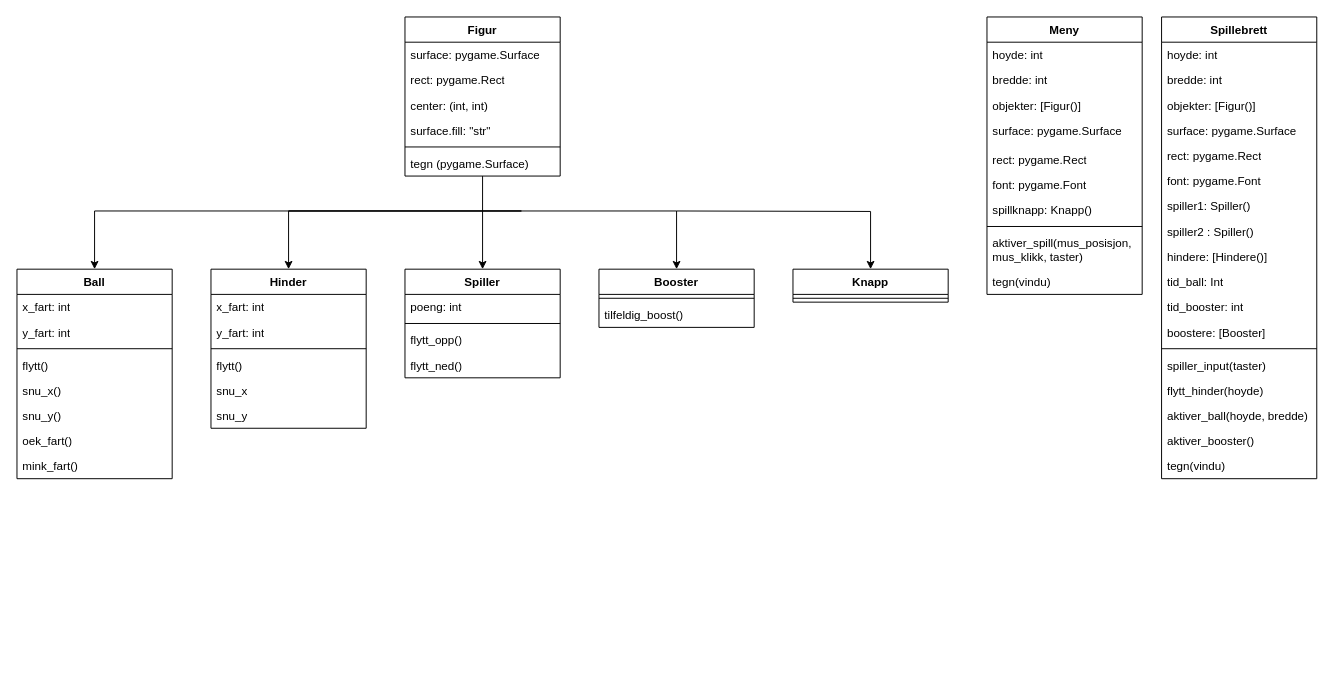
Earlier version of the draw.io diagram 2. Vår/U30 - PROSJEKT/EKSTRA FILER/pong_UML.drawio (KasaaS/IT2). Source tidied: cells renumbered, new cells numbered last; positions are measured from the earlier drawing's top-left corner, leaving out a move shared by most shapes. Both pictures are drawn from the tidied source at 97%, with x=0, y=0 at pixel (16, 16).
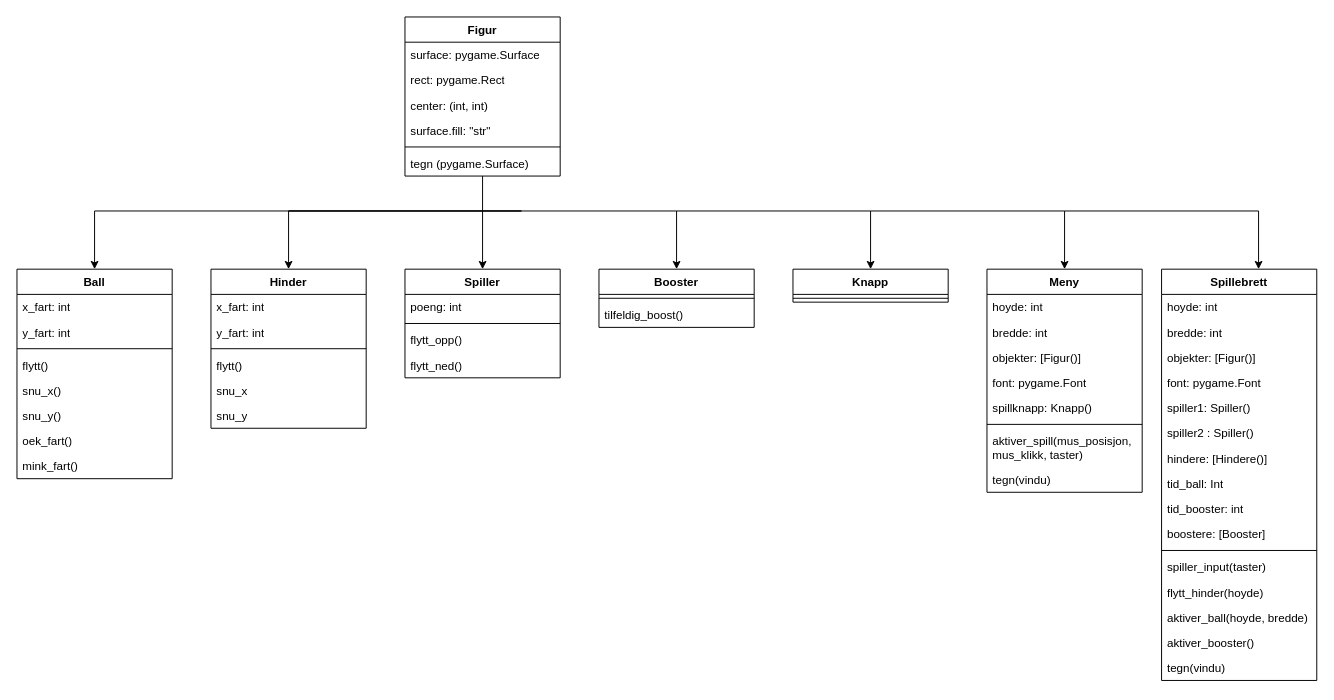
After the change.

Commit message (it also covers changes not shown here):
UML korreksjon

The change refers to these unchanged cells:
```xml
<mxCell id="56" value="Knapp" style="swimlane;fontStyle=1;align=center;verticalAlign=top;horizontal=1;startSize=26;whiteSpace=wrap;html=1;" parent="1" vertex="1">
  <mxGeometry x="800" y="260" width="160" height="34" as="geometry" />
</mxCell>
```

The edit, as a diff of the source:
```diff
@@
     <mxCell id="10" value="Spillebrett" style="swimlane;fontStyle=1;align=center;verticalAlign=top;horizontal=1;startSize=26;whiteSpace=wrap;html=1;" parent="1" vertex="1">
-      <mxGeometry x="1180" width="160" height="476" as="geometry" />
+      <mxGeometry x="1180" y="260" width="160" height="424" as="geometry" />
     </mxCell>
@@
-    <mxCell id="14" value="surface: pygame.Surface" style="text;strokeColor=none;fillColor=none;align=left;verticalAlign=top;spacingLeft=4;spacingRight=4;overflow=hidden;whiteSpace=wrap;html=1;" parent="10" vertex="1">
-      <mxGeometry y="104" width="160" height="26" as="geometry" />
-    </mxCell>
-    <mxCell id="15" value="rect: pygame.Rect" style="text;strokeColor=none;fillColor=none;align=left;verticalAlign=top;spacingLeft=4;spacingRight=4;overflow=hidden;whiteSpace=wrap;html=1;" parent="10" vertex="1">
-      <mxGeometry y="130" width="160" height="26" as="geometry" />
-    </mxCell>
     <mxCell id="16" value="font: pygame.Font" style="text;strokeColor=none;fillColor=none;align=left;verticalAlign=top;spacingLeft=4;spacingRight=4;overflow=hidden;whiteSpace=wrap;html=1;" parent="10" vertex="1">
-      <mxGeometry y="156" width="160" height="26" as="geometry" />
+      <mxGeometry y="104" width="160" height="26" as="geometry" />
     </mxCell>
     <mxCell id="17" value="spiller1: Spiller()" style="text;strokeColor=none;fillColor=none;align=left;verticalAlign=top;spacingLeft=4;spacingRight=4;overflow=hidden;whiteSpace=wrap;html=1;" parent="10" vertex="1">
-      <mxGeometry y="182" width="160" height="26" as="geometry" />
+      <mxGeometry y="130" width="160" height="26" as="geometry" />
     </mxCell>
     <mxCell id="18" value="spiller2 : Spiller()" style="text;strokeColor=none;fillColor=none;align=left;verticalAlign=top;spacingLeft=4;spacingRight=4;overflow=hidden;whiteSpace=wrap;html=1;" parent="10" vertex="1">
-      <mxGeometry y="208" width="160" height="26" as="geometry" />
+      <mxGeometry y="156" width="160" height="26" as="geometry" />
     </mxCell>
     <mxCell id="19" value="hindere: [Hindere()]" style="text;strokeColor=none;fillColor=none;align=left;verticalAlign=top;spacingLeft=4;spacingRight=4;overflow=hidden;whiteSpace=wrap;html=1;" parent="10" vertex="1">
-      <mxGeometry y="234" width="160" height="26" as="geometry" />
+      <mxGeometry y="182" width="160" height="26" as="geometry" />
     </mxCell>
     <mxCell id="20" value="tid_ball: Int" style="text;strokeColor=none;fillColor=none;align=left;verticalAlign=top;spacingLeft=4;spacingRight=4;overflow=hidden;whiteSpace=wrap;html=1;" parent="10" vertex="1">
-      <mxGeometry y="260" width="160" height="26" as="geometry" />
+      <mxGeometry y="208" width="160" height="26" as="geometry" />
     </mxCell>
     <mxCell id="21" value="tid_booster: int" style="text;strokeColor=none;fillColor=none;align=left;verticalAlign=top;spacingLeft=4;spacingRight=4;overflow=hidden;whiteSpace=wrap;html=1;" parent="10" vertex="1">
-      <mxGeometry y="286" width="160" height="26" as="geometry" />
+      <mxGeometry y="234" width="160" height="26" as="geometry" />
     </mxCell>
     <mxCell id="22" value="boostere: [Booster]" style="text;strokeColor=none;fillColor=none;align=left;verticalAlign=top;spacingLeft=4;spacingRight=4;overflow=hidden;whiteSpace=wrap;html=1;" parent="10" vertex="1">
-      <mxGeometry y="312" width="160" height="26" as="geometry" />
+      <mxGeometry y="260" width="160" height="26" as="geometry" />
     </mxCell>
     <mxCell id="23" style="line;strokeWidth=1;fillColor=none;align=left;verticalAlign=middle;spacingTop=-1;spacingLeft=3;spacingRight=3;labelPosition=right;strokeColor=inherit;" parent="10" vertex="1">
-      <mxGeometry y="338" width="160" height="8" as="geometry" />
+      <mxGeometry y="286" width="160" height="8" as="geometry" />
     </mxCell>
     <mxCell id="24" value="spiller_input(taster)" style="text;strokeColor=none;fillColor=none;align=left;verticalAlign=top;spacingLeft=4;spacingRight=4;overflow=hidden;whiteSpace=wrap;html=1;" parent="10" vertex="1">
-      <mxGeometry y="346" width="160" height="26" as="geometry" />
+      <mxGeometry y="294" width="160" height="26" as="geometry" />
     </mxCell>
     <mxCell id="25" value="flytt_hinder(hoyde)" style="text;strokeColor=none;fillColor=none;align=left;verticalAlign=top;spacingLeft=4;spacingRight=4;overflow=hidden;whiteSpace=wrap;html=1;" parent="10" vertex="1">
-      <mxGeometry y="372" width="160" height="26" as="geometry" />
+      <mxGeometry y="320" width="160" height="26" as="geometry" />
     </mxCell>
     <mxCell id="26" value="aktiver_ball(hoyde, bredde)" style="text;strokeColor=none;fillColor=none;align=left;verticalAlign=top;spacingLeft=4;spacingRight=4;overflow=hidden;whiteSpace=wrap;html=1;" parent="10" vertex="1">
-      <mxGeometry y="398" width="160" height="26" as="geometry" />
+      <mxGeometry y="346" width="160" height="26" as="geometry" />
     </mxCell>
     <mxCell id="27" value="aktiver_booster()" style="text;strokeColor=none;fillColor=none;align=left;verticalAlign=top;spacingLeft=4;spacingRight=4;overflow=hidden;whiteSpace=wrap;html=1;" parent="10" vertex="1">
-      <mxGeometry y="424" width="160" height="26" as="geometry" />
+      <mxGeometry y="372" width="160" height="26" as="geometry" />
     </mxCell>
     <mxCell id="28" value="tegn(vindu)" style="text;strokeColor=none;fillColor=none;align=left;verticalAlign=top;spacingLeft=4;spacingRight=4;overflow=hidden;whiteSpace=wrap;html=1;" parent="10" vertex="1">
-      <mxGeometry y="450" width="160" height="26" as="geometry" />
+      <mxGeometry y="398" width="160" height="26" as="geometry" />
     </mxCell>
     <mxCell id="29" value="Meny" style="swimlane;fontStyle=1;align=center;verticalAlign=top;horizontal=1;startSize=26;whiteSpace=wrap;html=1;" parent="1" vertex="1">
-      <mxGeometry x="1000" width="160" height="286" as="geometry" />
+      <mxGeometry x="1000" y="260" width="160" height="230" as="geometry" />
     </mxCell>
@@
-    <mxCell id="33" value="surface: pygame.Surface" style="text;strokeColor=none;fillColor=none;align=left;verticalAlign=top;spacingLeft=4;spacingRight=4;overflow=hidden;whiteSpace=wrap;html=1;" parent="29" vertex="1">
-      <mxGeometry y="104" width="160" height="30" as="geometry" />
-    </mxCell>
-    <mxCell id="34" value="rect: pygame.Rect" style="text;strokeColor=none;fillColor=none;align=left;verticalAlign=top;spacingLeft=4;spacingRight=4;overflow=hidden;whiteSpace=wrap;html=1;" parent="29" vertex="1">
-      <mxGeometry y="134" width="160" height="26" as="geometry" />
-    </mxCell>
     <mxCell id="35" value="font: pygame.Font" style="text;strokeColor=none;fillColor=none;align=left;verticalAlign=top;spacingLeft=4;spacingRight=4;overflow=hidden;whiteSpace=wrap;html=1;" parent="29" vertex="1">
-      <mxGeometry y="160" width="160" height="26" as="geometry" />
+      <mxGeometry y="104" width="160" height="26" as="geometry" />
     </mxCell>
     <mxCell id="36" value="spillknapp: Knapp()" style="text;strokeColor=none;fillColor=none;align=left;verticalAlign=top;spacingLeft=4;spacingRight=4;overflow=hidden;whiteSpace=wrap;html=1;" parent="29" vertex="1">
-      <mxGeometry y="186" width="160" height="26" as="geometry" />
+      <mxGeometry y="130" width="160" height="26" as="geometry" />
     </mxCell>
     <mxCell id="37" style="line;strokeWidth=1;fillColor=none;align=left;verticalAlign=middle;spacingTop=-1;spacingLeft=3;spacingRight=3;labelPosition=right;strokeColor=inherit;" parent="29" vertex="1">
-      <mxGeometry y="212" width="160" height="8" as="geometry" />
+      <mxGeometry y="156" width="160" height="8" as="geometry" />
     </mxCell>
     <mxCell id="38" value="aktiver_spill(mus_posisjon, mus_klikk, taster)" style="text;strokeColor=none;fillColor=none;align=left;verticalAlign=top;spacingLeft=4;spacingRight=4;overflow=hidden;whiteSpace=wrap;html=1;" parent="29" vertex="1">
-      <mxGeometry y="220" width="160" height="40" as="geometry" />
+      <mxGeometry y="164" width="160" height="40" as="geometry" />
     </mxCell>
     <mxCell id="39" value="tegn(vindu)" style="text;strokeColor=none;fillColor=none;align=left;verticalAlign=top;spacingLeft=4;spacingRight=4;overflow=hidden;whiteSpace=wrap;html=1;" parent="29" vertex="1">
-      <mxGeometry y="260" width="160" height="26" as="geometry" />
+      <mxGeometry y="204" width="160" height="26" as="geometry" />
     </mxCell>
@@
     <mxCell id="67" style="edgeStyle=orthogonalEdgeStyle;rounded=0;jettySize=auto;html=1;entryX=0.5;entryY=0;entryDx=0;entryDy=0;" parent="1" edge="1" target="56">
       <mxGeometry relative="1" as="geometry">
         <mxPoint x="680" y="200" as="sourcePoint" />
+        <Array as="points">
+          <mxPoint x="880" y="200" />
+        </Array>
       </mxGeometry>
     </mxCell>
@@
+    <mxCell id="70" style="edgeStyle=orthogonalEdgeStyle;rounded=0;orthogonalLoop=1;jettySize=auto;html=1;entryX=0.5;entryY=0;entryDx=0;entryDy=0;" parent="1" edge="1">
+      <mxGeometry relative="1" as="geometry">
+        <mxPoint x="880" y="200" as="sourcePoint" />
+        <mxPoint x="1080" y="260" as="targetPoint" />
+        <Array as="points">
+          <mxPoint x="1080" y="200" />
+        </Array>
+      </mxGeometry>
+    </mxCell>
+    <mxCell id="71" style="edgeStyle=orthogonalEdgeStyle;rounded=0;orthogonalLoop=1;jettySize=auto;html=1;entryX=0.5;entryY=0;entryDx=0;entryDy=0;" parent="1" edge="1">
+      <mxGeometry relative="1" as="geometry">
+        <mxPoint x="1080" y="200" as="sourcePoint" />
+        <mxPoint x="1280" y="260" as="targetPoint" />
+        <Array as="points">
+          <mxPoint x="1280" y="200" />
+        </Array>
+      </mxGeometry>
+    </mxCell>
```
